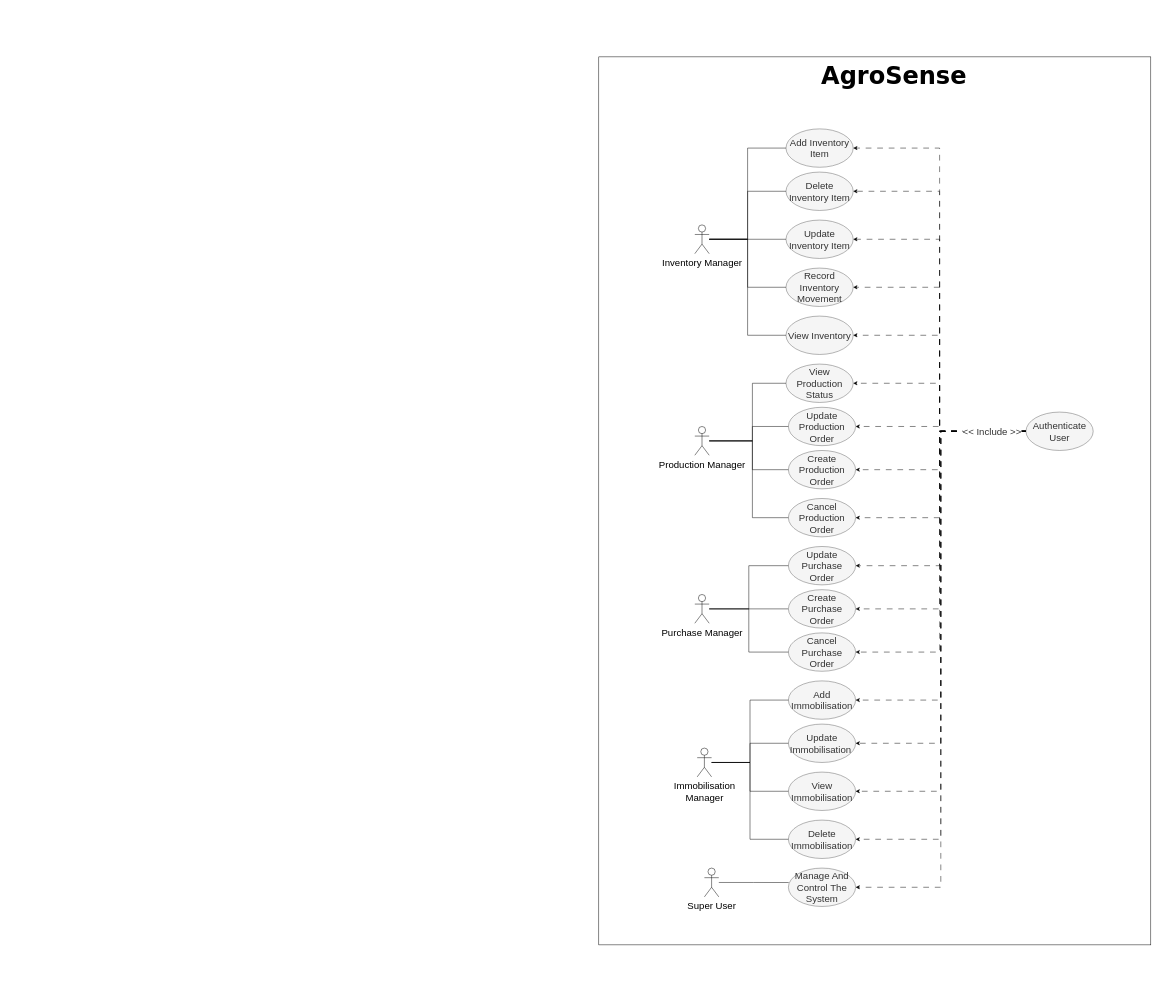
The draw.io diagram conception/usecase.drawio in floki1250/AgroSense, before the edit. Source tidied: cells renumbered, new cells numbered last; positions are measured from the earlier drawing's top-left corner, leaving out a move shared by most shapes. Both pictures are drawn from the tidied source at 48%, with x=0, y=0 at pixel (599, 47).
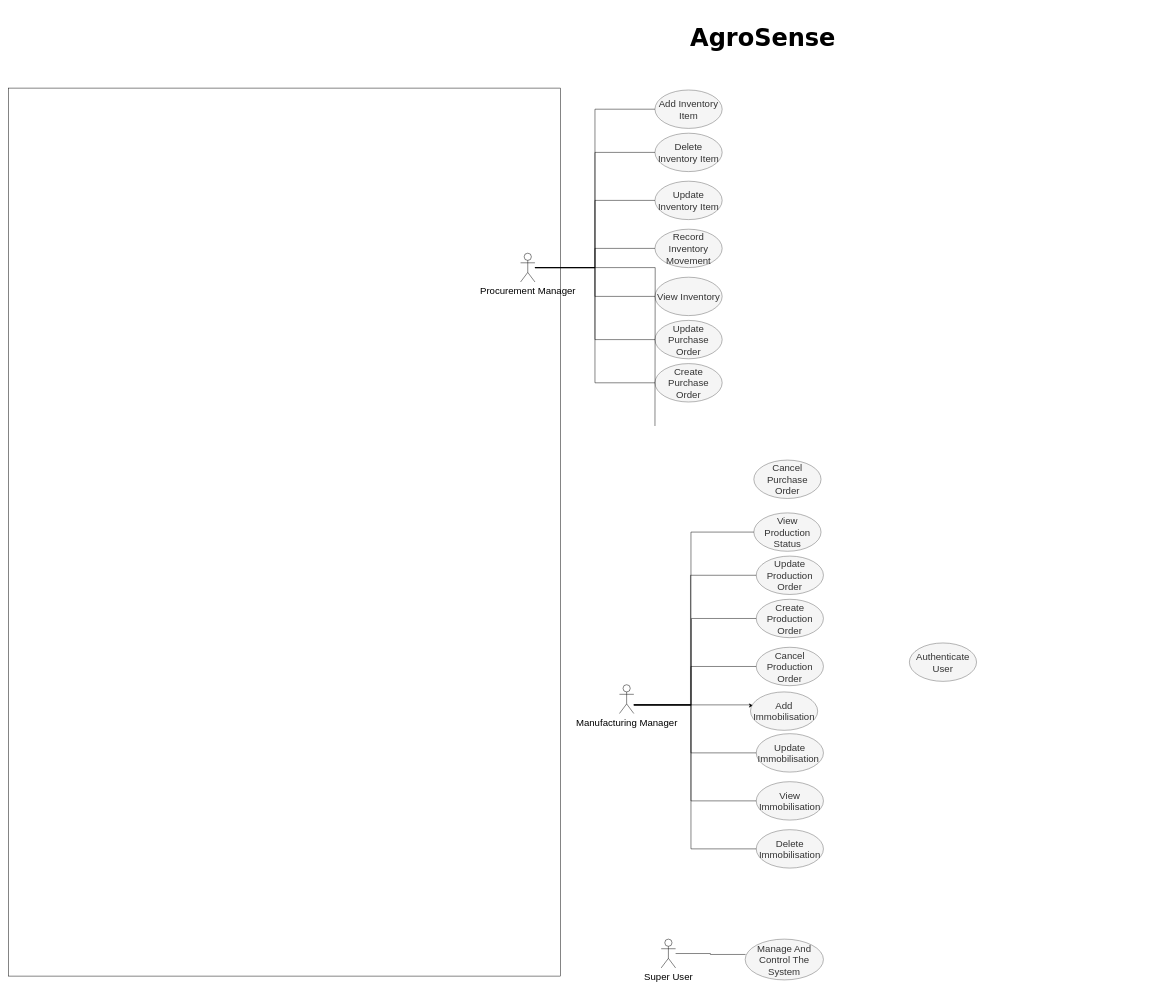
Above is the later version.

Change to the diagram source:
```diff
@@
     <mxCell id="2" style="rounded=0;whiteSpace=wrap;html=1;fontFamily=Helvetica;fontSize=20;" parent="1" vertex="1">
-      <mxGeometry y="20" width="1150" height="1850" as="geometry" />
+      <mxGeometry x="-1230" y="85" width="1150" height="1850" as="geometry" />
     </mxCell>
-    <mxCell id="3" value="Inventory Manager" style="shape=umlActor;verticalLabelPosition=bottom;verticalAlign=top;html=1;outlineConnect=0;rounded=0;fontSize=20;" parent="1" vertex="1">
-      <mxGeometry x="200" y="370" width="30" height="60" as="geometry" />
+    <mxCell id="3" value="Procurement Manager" style="shape=umlActor;verticalLabelPosition=bottom;verticalAlign=top;html=1;outlineConnect=0;rounded=0;fontSize=20;" parent="1" vertex="1">
+      <mxGeometry x="-163" y="429" width="30" height="60" as="geometry" />
     </mxCell>
     <mxCell id="4" value="Delete Inventory Item" style="ellipse;whiteSpace=wrap;html=1;fillColor=#f5f5f5;strokeColor=#666666;rounded=0;fontSize=20;fontColor=#333333;" parent="1" vertex="1">
-      <mxGeometry x="390" y="260" width="140" height="80" as="geometry" />
+      <mxGeometry x="117" y="179" width="140" height="80" as="geometry" />
     </mxCell>
@@
     <mxCell id="6" value="Update Inventory Item" style="ellipse;whiteSpace=wrap;html=1;fillColor=#f5f5f5;strokeColor=#666666;rounded=0;fontSize=20;fontColor=#333333;" parent="1" vertex="1">
-      <mxGeometry x="390" y="360" width="140" height="80" as="geometry" />
+      <mxGeometry x="117" y="279" width="140" height="80" as="geometry" />
     </mxCell>
@@
     <mxCell id="8" value="Add Inventory Item" style="ellipse;whiteSpace=wrap;html=1;rounded=0;fontSize=20;fillColor=#f5f5f5;strokeColor=#666666;fontColor=#333333;" parent="1" vertex="1">
-      <mxGeometry x="390" y="170" width="140" height="80" as="geometry" />
+      <mxGeometry x="117" y="89" width="140" height="80" as="geometry" />
     </mxCell>
@@
     <mxCell id="10" value="Record Inventory Movement" style="ellipse;whiteSpace=wrap;html=1;fillColor=#f5f5f5;strokeColor=#666666;rounded=0;fontSize=20;fontColor=#333333;" parent="1" vertex="1">
-      <mxGeometry x="390" y="460" width="140" height="80" as="geometry" />
+      <mxGeometry x="117" y="379" width="140" height="80" as="geometry" />
     </mxCell>
@@
     <mxCell id="12" value="View Inventory" style="ellipse;whiteSpace=wrap;html=1;fillColor=#f5f5f5;strokeColor=#666666;rounded=0;fontSize=20;fontColor=#333333;" parent="1" vertex="1">
-      <mxGeometry x="390" y="560" width="140" height="80" as="geometry" />
+      <mxGeometry x="117" y="479" width="140" height="80" as="geometry" />
     </mxCell>
@@
+    <mxCell id="62" style="edgeStyle=orthogonalEdgeStyle;rounded=0;jettySize=auto;html=1;entryX=0.04;entryY=0.354;entryDx=0;entryDy=0;entryPerimeter=0;" parent="1" edge="1" source="14" target="45">
+      <mxGeometry relative="1" as="geometry">
+        <Array as="points">
+          <mxPoint x="316" y="1370" />
+          <mxPoint x="316" y="1371" />
+        </Array>
+      </mxGeometry>
+    </mxCell>
-    <mxCell id="14" value="Production Manager" style="shape=umlActor;verticalLabelPosition=bottom;verticalAlign=top;html=1;outlineConnect=0;rounded=0;fontSize=20;" parent="1" vertex="1">
-      <mxGeometry x="200" y="790" width="30" height="60" as="geometry" />
+    <mxCell id="14" value="Manufacturing Manager" style="shape=umlActor;verticalLabelPosition=bottom;verticalAlign=top;html=1;outlineConnect=0;rounded=0;fontSize=20;" parent="1" vertex="1">
+      <mxGeometry x="43" y="1328" width="30" height="60" as="geometry" />
     </mxCell>
     <mxCell id="15" value="Update Production Order" style="ellipse;whiteSpace=wrap;html=1;fillColor=#f5f5f5;strokeColor=#666666;rounded=0;fontSize=20;fontColor=#333333;" parent="1" vertex="1">
-      <mxGeometry x="395" y="750" width="140" height="80" as="geometry" />
+      <mxGeometry x="328" y="1060" width="140" height="80" as="geometry" />
     </mxCell>
     <mxCell id="16" style="edgeStyle=orthogonalEdgeStyle;rounded=0;jettySize=auto;html=1;endArrow=none;endFill=0;" parent="1" edge="1" source="14" target="15">
       <mxGeometry relative="1" as="geometry">
         <Array as="points">
-          <mxPoint x="320" y="820" />
-          <mxPoint x="320" y="790" />
+          <mxPoint x="191" y="1370" />
+          <mxPoint x="191" y="1100" />
         </Array>
       </mxGeometry>
     </mxCell>
     <mxCell id="17" value="Create Production Order" style="ellipse;whiteSpace=wrap;html=1;fillColor=#f5f5f5;strokeColor=#666666;rounded=0;fontSize=20;fontColor=#333333;" parent="1" vertex="1">
-      <mxGeometry x="395" y="840" width="140" height="80" as="geometry" />
+      <mxGeometry x="328" y="1150" width="140" height="80" as="geometry" />
     </mxCell>
     <mxCell id="18" style="edgeStyle=orthogonalEdgeStyle;rounded=0;jettySize=auto;html=1;entryX=0;entryY=0.5;entryDx=0;entryDy=0;endArrow=none;endFill=0;" parent="1" edge="1" source="14" target="17">
       <mxGeometry relative="1" as="geometry">
         <Array as="points">
-          <mxPoint x="320" y="820" />
-          <mxPoint x="320" y="880" />
+          <mxPoint x="193" y="1370" />
+          <mxPoint x="193" y="1190" />
         </Array>
       </mxGeometry>
     </mxCell>
     <mxCell id="19" value="View Production Status" style="ellipse;whiteSpace=wrap;html=1;fillColor=#f5f5f5;strokeColor=#666666;rounded=0;fontSize=20;fontColor=#333333;" parent="1" vertex="1">
-      <mxGeometry x="390" y="660" width="140" height="80" as="geometry" />
+      <mxGeometry x="323" y="970" width="140" height="80" as="geometry" />
     </mxCell>
     <mxCell id="20" style="edgeStyle=orthogonalEdgeStyle;rounded=0;jettySize=auto;html=1;entryX=0;entryY=0.5;entryDx=0;entryDy=0;endArrow=none;endFill=0;" parent="1" edge="1" source="14" target="19">
       <mxGeometry relative="1" as="geometry">
         <Array as="points">
-          <mxPoint x="320" y="820" />
-          <mxPoint x="320" y="700" />
+          <mxPoint x="192" y="1370" />
+          <mxPoint x="192" y="1010" />
         </Array>
       </mxGeometry>
     </mxCell>
     <mxCell id="21" value="Cancel Production Order" style="ellipse;whiteSpace=wrap;html=1;fillColor=#f5f5f5;strokeColor=#666666;rounded=0;fontSize=20;fontColor=#333333;" parent="1" vertex="1">
-      <mxGeometry x="395" y="940" width="140" height="80" as="geometry" />
+      <mxGeometry x="328" y="1250" width="140" height="80" as="geometry" />
     </mxCell>
     <mxCell id="22" style="edgeStyle=orthogonalEdgeStyle;rounded=0;jettySize=auto;html=1;entryX=0;entryY=0.5;entryDx=0;entryDy=0;endArrow=none;endFill=0;" parent="1" edge="1" source="14" target="21">
       <mxGeometry relative="1" as="geometry">
         <Array as="points">
-          <mxPoint x="320" y="820" />
-          <mxPoint x="320" y="980" />
+          <mxPoint x="192" y="1370" />
+          <mxPoint x="192" y="1290" />
         </Array>
       </mxGeometry>
     </mxCell>
-    <mxCell id="23" style="edgeStyle=orthogonalEdgeStyle;rounded=0;jettySize=auto;html=1;entryX=1;entryY=0.5;entryDx=0;entryDy=0;dashed=1;dashPattern=12 12;" parent="1" edge="1" source="33" target="8">
-      <mxGeometry relative="1" as="geometry" />
-    </mxCell>
-    <mxCell id="24" style="edgeStyle=orthogonalEdgeStyle;rounded=0;jettySize=auto;html=1;entryX=1;entryY=0.5;entryDx=0;entryDy=0;dashed=1;dashPattern=12 12;" parent="1" edge="1" source="33" target="4">
-      <mxGeometry relative="1" as="geometry" />
-    </mxCell>
-    <mxCell id="25" style="edgeStyle=orthogonalEdgeStyle;rounded=0;jettySize=auto;html=1;entryX=1;entryY=0.5;entryDx=0;entryDy=0;dashed=1;dashPattern=12 12;" parent="1" edge="1" source="33" target="6">
-      <mxGeometry relative="1" as="geometry" />
-    </mxCell>
-    <mxCell id="26" style="edgeStyle=orthogonalEdgeStyle;rounded=0;jettySize=auto;html=1;entryX=1;entryY=0.5;entryDx=0;entryDy=0;dashed=1;dashPattern=12 12;" parent="1" edge="1" source="33" target="10">
-      <mxGeometry relative="1" as="geometry" />
-    </mxCell>
-    <mxCell id="27" style="edgeStyle=orthogonalEdgeStyle;rounded=0;jettySize=auto;html=1;entryX=1;entryY=0.5;entryDx=0;entryDy=0;dashed=1;dashPattern=12 12;" parent="1" edge="1" source="33" target="12">
-      <mxGeometry relative="1" as="geometry" />
-    </mxCell>
-    <mxCell id="28" style="edgeStyle=orthogonalEdgeStyle;rounded=0;jettySize=auto;html=1;entryX=1;entryY=0.5;entryDx=0;entryDy=0;dashed=1;dashPattern=12 12;" parent="1" edge="1" source="33" target="15">
-      <mxGeometry relative="1" as="geometry">
-        <Array as="points">
-          <mxPoint x="710" y="800" />
-          <mxPoint x="710" y="790" />
-        </Array>
-      </mxGeometry>
-    </mxCell>
-    <mxCell id="29" style="edgeStyle=orthogonalEdgeStyle;rounded=0;jettySize=auto;html=1;entryX=1;entryY=0.5;entryDx=0;entryDy=0;dashed=1;dashPattern=12 12;" parent="1" edge="1" source="33" target="17">
-      <mxGeometry relative="1" as="geometry">
-        <Array as="points">
-          <mxPoint x="710" y="800" />
-          <mxPoint x="710" y="880" />
-        </Array>
-      </mxGeometry>
-    </mxCell>
-    <mxCell id="30" style="edgeStyle=orthogonalEdgeStyle;rounded=0;jettySize=auto;html=1;entryX=1;entryY=0.5;entryDx=0;entryDy=0;dashed=1;dashPattern=12 12;" parent="1" edge="1" source="33" target="21">
-      <mxGeometry relative="1" as="geometry">
-        <Array as="points">
-          <mxPoint x="710" y="800" />
-          <mxPoint x="710" y="980" />
-        </Array>
-      </mxGeometry>
-    </mxCell>
-    <mxCell id="31" style="edgeStyle=orthogonalEdgeStyle;rounded=0;jettySize=auto;html=1;entryX=1;entryY=0.5;entryDx=0;entryDy=0;fontFamily=Helvetica;fontSize=20;fontColor=#333333;dashed=1;dashPattern=12 12;" parent="1" edge="1" source="33" target="19">
-      <mxGeometry relative="1" as="geometry" />
-    </mxCell>
-    <mxCell id="32" style="edgeStyle=orthogonalEdgeStyle;rounded=0;jettySize=auto;html=1;entryX=1;entryY=0.5;entryDx=0;entryDy=0;fontFamily=Helvetica;fontSize=20;fontColor=#333333;dashed=1;dashPattern=12 12;" parent="1" edge="1" source="33" target="59">
-      <mxGeometry relative="1" as="geometry" />
-    </mxCell>
     <mxCell id="33" value="Authenticate User" style="ellipse;whiteSpace=wrap;html=1;fillColor=#f5f5f5;strokeColor=#666666;rounded=0;fontSize=20;fontColor=#333333;" parent="1" vertex="1">
-      <mxGeometry x="890" y="760" width="140" height="80" as="geometry" />
+      <mxGeometry x="647" y="1241" width="140" height="80" as="geometry" />
     </mxCell>
-    <mxCell id="34" style="edgeStyle=orthogonalEdgeStyle;rounded=0;jettySize=auto;html=1;fontFamily=Helvetica;fontSize=20;fontColor=#333333;endArrow=none;endFill=0;" parent="1" edge="1" source="35" target="39">
-      <mxGeometry relative="1" as="geometry" />
-    </mxCell>
-    <mxCell id="35" value="Purchase Manager" style="shape=umlActor;verticalLabelPosition=bottom;verticalAlign=top;html=1;outlineConnect=0;rounded=0;fontSize=20;" parent="1" vertex="1">
-      <mxGeometry x="200" y="1140" width="30" height="60" as="geometry" />
-    </mxCell>
     <mxCell id="36" value="Update Purchase Order" style="ellipse;whiteSpace=wrap;html=1;fillColor=#f5f5f5;strokeColor=#666666;rounded=0;fontSize=20;fontColor=#333333;" parent="1" vertex="1">
-      <mxGeometry x="395" y="1040" width="140" height="80" as="geometry" />
+      <mxGeometry x="117" y="569" width="140" height="80" as="geometry" />
     </mxCell>
-    <mxCell id="37" style="edgeStyle=orthogonalEdgeStyle;rounded=0;jettySize=auto;html=1;entryX=1;entryY=0.5;entryDx=0;entryDy=0;dashed=1;dashPattern=12 12;" parent="1" edge="1" source="33" target="36">
-      <mxGeometry relative="1" as="geometry">
-        <Array as="points">
-          <mxPoint x="710" y="800" />
-          <mxPoint x="710" y="1080" />
-        </Array>
-      </mxGeometry>
-    </mxCell>
-    <mxCell id="38" style="edgeStyle=orthogonalEdgeStyle;rounded=0;jettySize=auto;html=1;entryX=0;entryY=0.5;entryDx=0;entryDy=0;endArrow=none;endFill=0;" parent="1" edge="1" source="35" target="36">
-      <mxGeometry relative="1" as="geometry" />
-    </mxCell>
+    <mxCell id="63" style="edgeStyle=orthogonalEdgeStyle;rounded=0;jettySize=auto;html=1;entryX=0;entryY=0.5;entryDx=0;entryDy=0;endArrow=none;endFill=0;" parent="1" edge="1" source="3" target="36">
+      <mxGeometry relative="1" as="geometry" />
+    </mxCell>
     <mxCell id="39" value="Create Purchase Order" style="ellipse;whiteSpace=wrap;html=1;fillColor=#f5f5f5;strokeColor=#666666;rounded=0;fontSize=20;fontColor=#333333;" parent="1" vertex="1">
-      <mxGeometry x="395" y="1130" width="140" height="80" as="geometry" />
+      <mxGeometry x="117" y="659" width="140" height="80" as="geometry" />
     </mxCell>
-    <mxCell id="40" style="edgeStyle=orthogonalEdgeStyle;rounded=0;jettySize=auto;html=1;dashed=1;dashPattern=12 12;entryX=1;entryY=0.5;entryDx=0;entryDy=0;" parent="1" edge="1" source="33" target="39">
-      <mxGeometry relative="1" as="geometry">
-        <Array as="points">
-          <mxPoint x="710" y="800" />
-          <mxPoint x="710" y="1170" />
-        </Array>
-      </mxGeometry>
-    </mxCell>
+    <mxCell id="64" style="edgeStyle=orthogonalEdgeStyle;rounded=0;jettySize=auto;html=1;entryX=0;entryY=0.5;entryDx=0;entryDy=0;endArrow=none;endFill=0;" parent="1" edge="1" source="3" target="39">
+      <mxGeometry relative="1" as="geometry" />
+    </mxCell>
     <mxCell id="41" value="Cancel Purchase Order" style="ellipse;whiteSpace=wrap;html=1;fillColor=#f5f5f5;strokeColor=#666666;rounded=0;fontSize=20;fontColor=#333333;" parent="1" vertex="1">
-      <mxGeometry x="395" y="1220" width="140" height="80" as="geometry" />
+      <mxGeometry x="323" y="860" width="140" height="80" as="geometry" />
     </mxCell>
-    <mxCell id="42" style="edgeStyle=orthogonalEdgeStyle;rounded=0;jettySize=auto;html=1;entryX=1;entryY=0.5;entryDx=0;entryDy=0;dashed=1;dashPattern=12 12;" parent="1" edge="1" source="33" target="41">
-      <mxGeometry relative="1" as="geometry">
-        <Array as="points">
-          <mxPoint x="710" y="800" />
-          <mxPoint x="710" y="1260" />
-        </Array>
-      </mxGeometry>
-    </mxCell>
-    <mxCell id="43" style="edgeStyle=orthogonalEdgeStyle;rounded=0;jettySize=auto;html=1;entryX=0;entryY=0.5;entryDx=0;entryDy=0;endArrow=none;endFill=0;" parent="1" edge="1" source="35" target="41">
-      <mxGeometry relative="1" as="geometry" />
-    </mxCell>
-    <mxCell id="44" value="Immobilisation &lt;br style=&quot;font-size: 20px;&quot;&gt;Manager" style="shape=umlActor;verticalLabelPosition=bottom;verticalAlign=top;html=1;outlineConnect=0;rounded=0;fontSize=20;" parent="1" vertex="1">
-      <mxGeometry x="205" y="1460" width="30" height="60" as="geometry" />
-    </mxCell>
+    <mxCell id="65" style="edgeStyle=orthogonalEdgeStyle;rounded=0;jettySize=auto;html=1;entryX=0;entryY=0.5;entryDx=0;entryDy=0;endArrow=none;endFill=0;" parent="1" edge="1" source="3">
+      <mxGeometry relative="1" as="geometry">
+        <mxPoint x="117" y="789" as="targetPoint" />
+      </mxGeometry>
+    </mxCell>
     <mxCell id="45" value="Add Immobilisation" style="ellipse;whiteSpace=wrap;html=1;fillColor=#f5f5f5;strokeColor=#666666;rounded=0;fontSize=20;fontColor=#333333;" parent="1" vertex="1">
-      <mxGeometry x="395" y="1320" width="140" height="80" as="geometry" />
+      <mxGeometry x="316" y="1343" width="140" height="80" as="geometry" />
     </mxCell>
-    <mxCell id="46" style="edgeStyle=orthogonalEdgeStyle;rounded=0;jettySize=auto;html=1;entryX=1;entryY=0.5;entryDx=0;entryDy=0;dashed=1;dashPattern=12 12;" parent="1" edge="1" source="33" target="45">
-      <mxGeometry relative="1" as="geometry" />
-    </mxCell>
-    <mxCell id="47" style="edgeStyle=orthogonalEdgeStyle;rounded=0;jettySize=auto;html=1;entryX=0;entryY=0.5;entryDx=0;entryDy=0;endArrow=none;endFill=0;" parent="1" edge="1" source="44" target="45">
-      <mxGeometry relative="1" as="geometry" />
-    </mxCell>
     <mxCell id="48" value="Update Immobilisation&amp;nbsp;" style="ellipse;whiteSpace=wrap;html=1;fillColor=#f5f5f5;strokeColor=#666666;rounded=0;fontSize=20;fontColor=#333333;" parent="1" vertex="1">
-      <mxGeometry x="395" y="1410" width="140" height="80" as="geometry" />
+      <mxGeometry x="328" y="1430" width="140" height="80" as="geometry" />
     </mxCell>
-    <mxCell id="49" style="edgeStyle=orthogonalEdgeStyle;rounded=0;jettySize=auto;html=1;entryX=1;entryY=0.5;entryDx=0;entryDy=0;dashed=1;dashPattern=12 12;" parent="1" edge="1" source="33" target="48">
-      <mxGeometry relative="1" as="geometry" />
-    </mxCell>
-    <mxCell id="50" style="edgeStyle=orthogonalEdgeStyle;rounded=0;jettySize=auto;html=1;entryX=0;entryY=0.5;entryDx=0;entryDy=0;endArrow=none;endFill=0;" parent="1" edge="1" source="44" target="48">
-      <mxGeometry relative="1" as="geometry" />
-    </mxCell>
     <mxCell id="51" value="View Immobilisation" style="ellipse;whiteSpace=wrap;html=1;fillColor=#f5f5f5;strokeColor=#666666;rounded=0;fontSize=20;fontColor=#333333;" parent="1" vertex="1">
-      <mxGeometry x="395" y="1510" width="140" height="80" as="geometry" />
+      <mxGeometry x="328" y="1530" width="140" height="80" as="geometry" />
     </mxCell>
-    <mxCell id="52" style="edgeStyle=orthogonalEdgeStyle;rounded=0;jettySize=auto;html=1;entryX=1;entryY=0.5;entryDx=0;entryDy=0;dashed=1;dashPattern=12 12;" parent="1" edge="1" source="33" target="51">
-      <mxGeometry relative="1" as="geometry" />
-    </mxCell>
-    <mxCell id="53" style="edgeStyle=orthogonalEdgeStyle;rounded=0;jettySize=auto;html=1;entryX=0;entryY=0.5;entryDx=0;entryDy=0;endArrow=none;endFill=0;" parent="1" edge="1" source="44" target="51">
-      <mxGeometry relative="1" as="geometry" />
-    </mxCell>
     <mxCell id="54" value="Delete Immobilisation" style="ellipse;whiteSpace=wrap;html=1;fillColor=#f5f5f5;strokeColor=#666666;rounded=0;fontSize=20;fontColor=#333333;" parent="1" vertex="1">
-      <mxGeometry x="395" y="1610" width="140" height="80" as="geometry" />
+      <mxGeometry x="328" y="1630" width="140" height="80" as="geometry" />
     </mxCell>
-    <mxCell id="55" style="edgeStyle=orthogonalEdgeStyle;rounded=0;jettySize=auto;html=1;entryX=1;entryY=0.5;entryDx=0;entryDy=0;dashed=1;dashPattern=12 12;" parent="1" edge="1" source="33" target="54">
-      <mxGeometry relative="1" as="geometry" />
-    </mxCell>
-    <mxCell id="56" value="&amp;lt;&amp;lt; Include &amp;gt;&amp;gt;" style="edgeLabel;html=1;align=center;verticalAlign=middle;fontSize=20;fontFamily=Helvetica;fontColor=#333333;" parent="55" vertex="1">
-      <mxGeometry x="-0.88" relative="1" as="geometry" />
-    </mxCell>
-    <mxCell id="57" style="edgeStyle=orthogonalEdgeStyle;rounded=0;jettySize=auto;html=1;entryX=0;entryY=0.5;entryDx=0;entryDy=0;endArrow=none;endFill=0;" parent="1" edge="1" source="44" target="54">
-      <mxGeometry relative="1" as="geometry" />
-    </mxCell>
     <mxCell id="58" value="Super User" style="shape=umlActor;verticalLabelPosition=bottom;verticalAlign=top;html=1;outlineConnect=0;rounded=0;fontSize=20;" parent="1" vertex="1">
-      <mxGeometry x="220" y="1710" width="30" height="60" as="geometry" />
+      <mxGeometry x="130" y="1858" width="30" height="60" as="geometry" />
     </mxCell>
     <mxCell id="59" value="Manage And Control The System" style="ellipse;whiteSpace=wrap;html=1;fillColor=#f5f5f5;strokeColor=#666666;rounded=0;fontSize=20;fontColor=#333333;" parent="1" vertex="1">
-      <mxGeometry x="395" y="1710" width="140" height="80" as="geometry" />
+      <mxGeometry x="305" y="1858" width="163" height="85" as="geometry" />
     </mxCell>
@@
     <mxCell id="61" value="&lt;font size=&quot;1&quot; face=&quot;Verdana&quot; style=&quot;&quot;&gt;&lt;b style=&quot;font-size: 50px;&quot;&gt;AgroSense&lt;/b&gt;&lt;/font&gt;" style="text;html=1;align=center;verticalAlign=middle;whiteSpace=wrap;rounded=1;arcSize=50;fontSize=20;" parent="1" vertex="1">
-      <mxGeometry x="440" width="350" height="120" as="geometry" />
+      <mxGeometry x="167" y="-81" width="350" height="120" as="geometry" />
     </mxCell>
+    <mxCell id="66" style="edgeStyle=orthogonalEdgeStyle;rounded=0;jettySize=auto;html=1;entryX=0;entryY=0.5;entryDx=0;entryDy=0;endArrow=none;endFill=0;" parent="1" edge="1" source="14" target="48">
+      <mxGeometry relative="1" as="geometry">
+        <Array as="points">
+          <mxPoint x="192" y="1370" />
+          <mxPoint x="192" y="1470" />
+        </Array>
+      </mxGeometry>
+    </mxCell>
+    <mxCell id="67" style="edgeStyle=orthogonalEdgeStyle;rounded=0;jettySize=auto;html=1;entryX=0;entryY=0.5;entryDx=0;entryDy=0;endArrow=none;endFill=0;" parent="1" edge="1" source="14" target="51">
+      <mxGeometry relative="1" as="geometry">
+        <Array as="points">
+          <mxPoint x="192" y="1370" />
+          <mxPoint x="192" y="1570" />
+        </Array>
+      </mxGeometry>
+    </mxCell>
+    <mxCell id="68" style="edgeStyle=orthogonalEdgeStyle;rounded=0;jettySize=auto;html=1;entryX=0;entryY=0.5;entryDx=0;entryDy=0;endArrow=none;endFill=0;" parent="1" edge="1" source="14" target="54">
+      <mxGeometry relative="1" as="geometry">
+        <Array as="points">
+          <mxPoint x="192" y="1370" />
+          <mxPoint x="192" y="1670" />
+        </Array>
+      </mxGeometry>
+    </mxCell>
```
